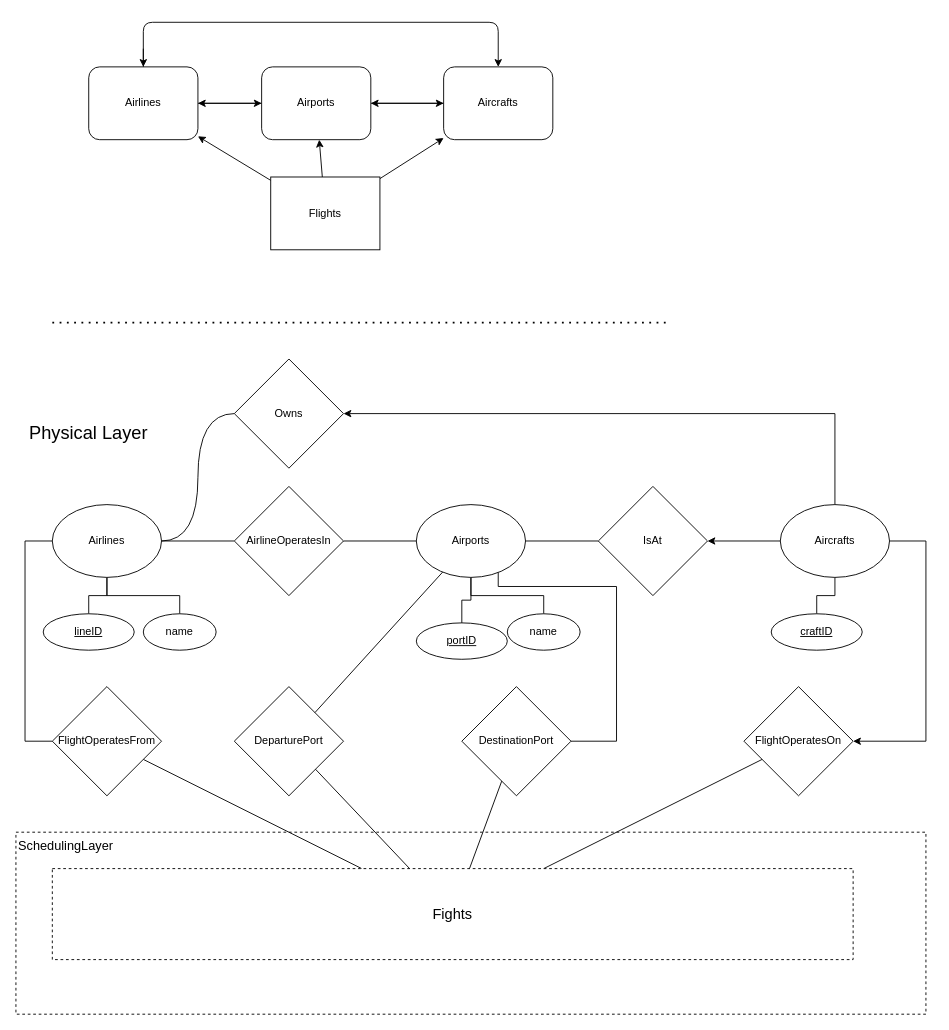
Above: page "PhysicalLayer" (3 of 7) of ERDiagram.drawio in kyle4036/DatabaseManagement2026Project1 (draw.io), before the change. Source tidied: cells renumbered, new cells numbered last; positions are measured from the earlier drawing's top-left corner, leaving out a move shared by most shapes. Both pictures are drawn from the tidied source at 91%, with x=0, y=0 at pixel (15, 22).
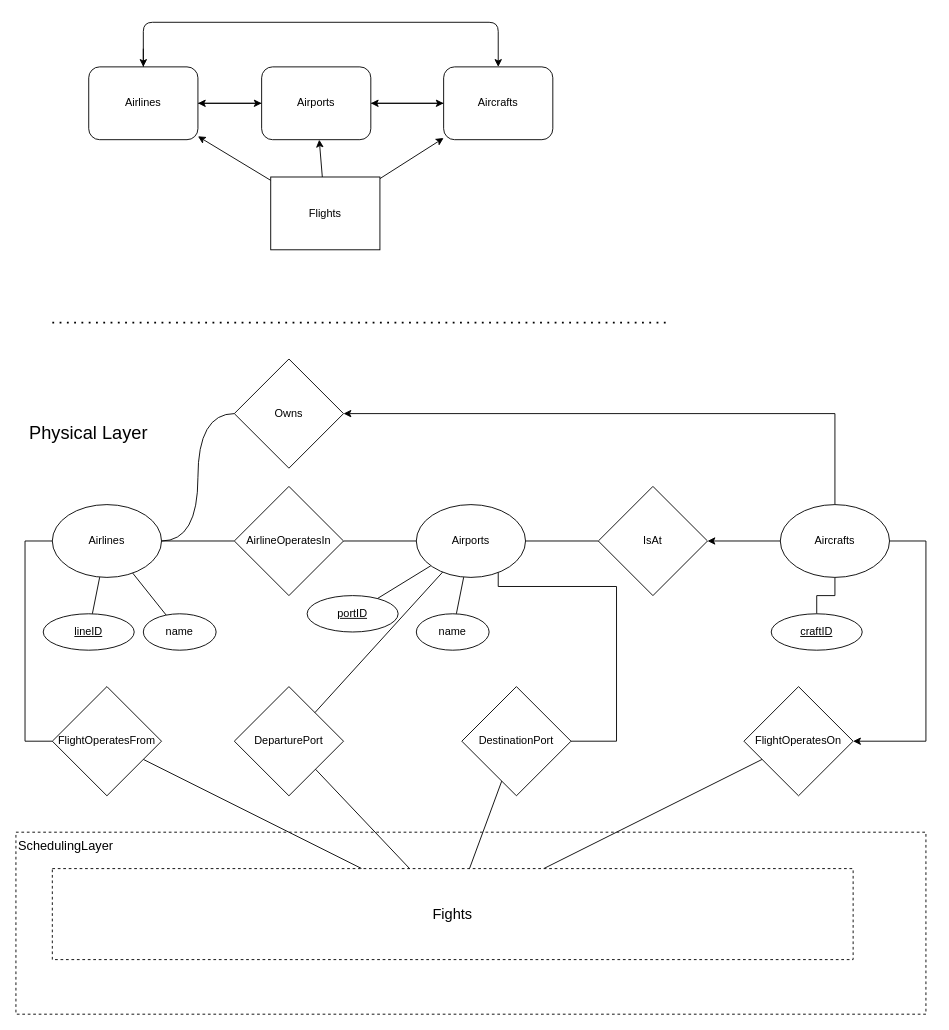
After the change.

Commit message (it also covers changes not shown here):
fixed arrow formatting

Unchanged cells that the change refers to:
```xml
<mxCell id="17" value="Airlines" style="ellipse;whiteSpace=wrap;html=1;" parent="1" vertex="1">
  <mxGeometry x="40" y="530" width="120" height="80" as="geometry" />
</mxCell>
<mxCell id="21" value="Airports" style="ellipse;whiteSpace=wrap;html=1;" parent="1" vertex="1">
  <mxGeometry x="440" y="530" width="120" height="80" as="geometry" />
</mxCell>
<mxCell id="28" value="name" style="ellipse;whiteSpace=wrap;html=1;" parent="1" vertex="1">
  <mxGeometry x="140" y="650" width="80" height="40" as="geometry" />
</mxCell>
<mxCell id="51" value="lineID" style="ellipse;whiteSpace=wrap;html=1;align=center;fontStyle=4;" parent="1" vertex="1">
  <mxGeometry x="30" y="650" width="100" height="40" as="geometry" />
</mxCell>
```

The edit, as a diff of the source:
```diff
@@
-    <mxCell id="12" style="edgeStyle=orthogonalEdgeStyle;rounded=0;jettySize=auto;html=1;endArrow=none;endFill=0;" parent="1" edge="1" source="17" target="51">
+    <mxCell id="12" style="rounded=0;jettySize=auto;html=1;endArrow=none;endFill=0;" parent="1" edge="1" source="17" target="51">
       <mxGeometry relative="1" as="geometry" />
     </mxCell>
-    <mxCell id="13" style="edgeStyle=orthogonalEdgeStyle;rounded=0;jettySize=auto;html=1;endArrow=none;endFill=0;" parent="1" edge="1" source="17" target="28">
+    <mxCell id="13" style="rounded=0;jettySize=auto;html=1;endArrow=none;endFill=0;" parent="1" edge="1" source="17" target="28">
       <mxGeometry relative="1" as="geometry" />
     </mxCell>
@@
-    <mxCell id="18" style="edgeStyle=orthogonalEdgeStyle;rounded=0;jettySize=auto;html=1;endArrow=none;endFill=0;" parent="1" edge="1" source="21" target="52">
+    <mxCell id="18" style="rounded=0;jettySize=auto;html=1;endArrow=none;endFill=0;" parent="1" edge="1" source="21" target="52">
       <mxGeometry relative="1" as="geometry" />
     </mxCell>
-    <mxCell id="19" style="edgeStyle=orthogonalEdgeStyle;rounded=0;jettySize=auto;html=1;endArrow=none;endFill=0;" parent="1" edge="1" source="21" target="29">
+    <mxCell id="19" style="rounded=0;jettySize=auto;html=1;endArrow=none;endFill=0;" parent="1" edge="1" source="21" target="29">
       <mxGeometry relative="1" as="geometry" />
     </mxCell>
@@
     <mxCell id="29" value="name" style="ellipse;whiteSpace=wrap;html=1;" parent="1" vertex="1">
-      <mxGeometry x="540" y="650" width="80" height="40" as="geometry" />
+      <mxGeometry x="440" y="650" width="80" height="40" as="geometry" />
     </mxCell>
@@
     <mxCell id="52" value="portID" style="ellipse;whiteSpace=wrap;html=1;align=center;fontStyle=4;" parent="1" vertex="1">
-      <mxGeometry x="440" y="660" width="100" height="40" as="geometry" />
+      <mxGeometry x="320" y="630" width="100" height="40" as="geometry" />
     </mxCell>
```
